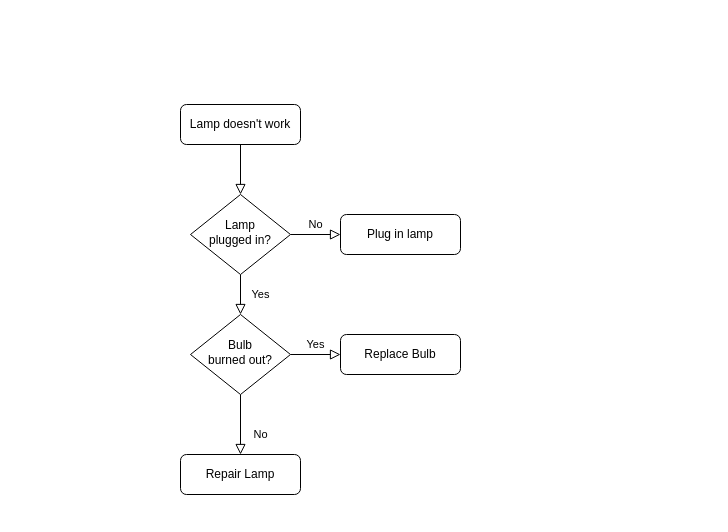
Before: Untitled Diagram.drawio in LeeJuMyeong/python, a draw.io diagram. Source tidied: cells renumbered, new cells numbered last; positions are measured from the earlier drawing's top-left corner, leaving out a move shared by most shapes. Both pictures are drawn from the tidied source at 100%, with x=0, y=0 at pixel (180, 104).
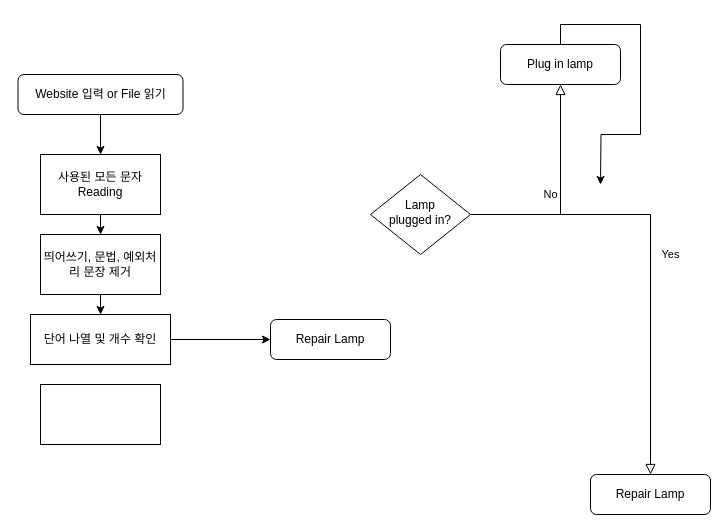
The same page after the edit.

What changed in the source:
```diff
@@
-    <mxCell id="2" style="rounded=0;html=1;jettySize=auto;fontSize=11;endArrow=block;endFill=0;endSize=8;strokeWidth=1;shadow=0;labelBackgroundColor=none;edgeStyle=orthogonalEdgeStyle;" parent="1" edge="1" source="3" target="6">
-      <mxGeometry relative="1" as="geometry" />
-    </mxCell>
-    <mxCell id="3" value="Lamp doesn't work" style="rounded=1;whiteSpace=wrap;html=1;fontSize=12;glass=0;strokeWidth=1;shadow=0;" parent="1" vertex="1">
-      <mxGeometry width="120" height="40" as="geometry" />
+    <mxCell id="3" value="Website 입력 or File 읽기" style="rounded=1;whiteSpace=wrap;html=1;fontSize=12;glass=0;strokeWidth=1;shadow=0;" parent="1" vertex="1">
+      <mxGeometry x="-162.5" y="-30" width="165" height="40" as="geometry" />
     </mxCell>
-    <mxCell id="4" value="Yes" style="rounded=0;html=1;jettySize=auto;fontSize=11;endArrow=block;endFill=0;endSize=8;strokeWidth=1;shadow=0;labelBackgroundColor=none;edgeStyle=orthogonalEdgeStyle;" parent="1" edge="1" source="6" target="10">
+    <mxCell id="4" value="Yes" style="rounded=0;html=1;jettySize=auto;fontSize=11;endArrow=block;endFill=0;endSize=8;strokeWidth=1;shadow=0;labelBackgroundColor=none;edgeStyle=orthogonalEdgeStyle;" parent="1" edge="1" source="6" target="11">
       <mxGeometry y="20" relative="1" as="geometry" />
     </mxCell>
@@
+    <mxCell id="13" style="edgeStyle=orthogonalEdgeStyle;rounded=0;jettySize=auto;html=1;exitX=1;exitY=0.5;exitDx=0;exitDy=0;" parent="1" edge="1" source="6">
+      <mxGeometry relative="1" as="geometry">
+        <mxPoint x="290" y="110" as="targetPoint" />
+      </mxGeometry>
+    </mxCell>
     <mxCell id="6" value="Lamp&lt;br&gt;plugged in?" style="rhombus;whiteSpace=wrap;html=1;shadow=0;fontFamily=Helvetica;fontSize=12;align=center;strokeWidth=1;spacing=6;spacingTop=-4;" parent="1" vertex="1">
-      <mxGeometry x="10" y="90" width="100" height="80" as="geometry" />
+      <mxGeometry x="190" y="70" width="100" height="80" as="geometry" />
     </mxCell>
+    <mxCell id="14" style="edgeStyle=orthogonalEdgeStyle;rounded=0;jettySize=auto;html=1;exitX=0.5;exitY=0;exitDx=0;exitDy=0;" parent="1" edge="1" source="7">
+      <mxGeometry relative="1" as="geometry">
+        <mxPoint x="420" y="80" as="targetPoint" />
+      </mxGeometry>
+    </mxCell>
     <mxCell id="7" value="Plug in lamp" style="rounded=1;whiteSpace=wrap;html=1;fontSize=12;glass=0;strokeWidth=1;shadow=0;" parent="1" vertex="1">
-      <mxGeometry x="160" y="110" width="120" height="40" as="geometry" />
+      <mxGeometry x="320" y="-60" width="120" height="40" as="geometry" />
     </mxCell>
-    <mxCell id="8" value="No" style="rounded=0;html=1;jettySize=auto;fontSize=11;endArrow=block;endFill=0;endSize=8;strokeWidth=1;shadow=0;labelBackgroundColor=none;edgeStyle=orthogonalEdgeStyle;" parent="1" edge="1" source="10" target="11">
-      <mxGeometry x="0.33" y="20" relative="1" as="geometry" />
-    </mxCell>
-    <mxCell id="9" value="Yes" style="edgeStyle=orthogonalEdgeStyle;rounded=0;html=1;jettySize=auto;fontSize=11;endArrow=block;endFill=0;endSize=8;strokeWidth=1;shadow=0;labelBackgroundColor=none;" parent="1" edge="1" source="10" target="12">
-      <mxGeometry y="10" relative="1" as="geometry" />
-    </mxCell>
-    <mxCell id="10" value="Bulb&lt;br&gt;burned out?" style="rhombus;whiteSpace=wrap;html=1;shadow=0;fontFamily=Helvetica;fontSize=12;align=center;strokeWidth=1;spacing=6;spacingTop=-4;" parent="1" vertex="1">
-      <mxGeometry x="10" y="210" width="100" height="80" as="geometry" />
-    </mxCell>
     <mxCell id="11" value="Repair Lamp" style="rounded=1;whiteSpace=wrap;html=1;fontSize=12;glass=0;strokeWidth=1;shadow=0;" parent="1" vertex="1">
-      <mxGeometry y="350" width="120" height="40" as="geometry" />
+      <mxGeometry x="410" y="370" width="120" height="40" as="geometry" />
     </mxCell>
-    <mxCell id="12" value="Replace Bulb" style="rounded=1;whiteSpace=wrap;html=1;fontSize=12;glass=0;strokeWidth=1;shadow=0;" parent="1" vertex="1">
-      <mxGeometry x="160" y="230" width="120" height="40" as="geometry" />
-    </mxCell>
+    <mxCell id="15" value="사용된 모든 문자 Reading" style="rounded=0;whiteSpace=wrap;html=1;" parent="1" vertex="1">
+      <mxGeometry x="-140" y="50" width="120" height="60" as="geometry" />
+    </mxCell>
+    <mxCell id="16" style="rounded=0;whiteSpace=wrap;html=1;" parent="1" vertex="1">
+      <mxGeometry x="-140" y="280" width="120" height="60" as="geometry" />
+    </mxCell>
+    <mxCell id="17" style="edgeStyle=orthogonalEdgeStyle;rounded=0;jettySize=auto;html=1;exitX=1;exitY=0.5;exitDx=0;exitDy=0;entryX=0;entryY=0.5;entryDx=0;entryDy=0;fillColor=#FFFFFF;" parent="1" edge="1" source="18" target="23">
+      <mxGeometry relative="1" as="geometry" />
+    </mxCell>
+    <mxCell id="18" value="단어 나열 및 개수 확인" style="rounded=0;whiteSpace=wrap;html=1;" parent="1" vertex="1">
+      <mxGeometry x="-150" y="210" width="140" height="50" as="geometry" />
+    </mxCell>
+    <mxCell id="19" value="띄어쓰기, 문법, 예외처리 문장 제거" style="rounded=0;whiteSpace=wrap;html=1;" parent="1" vertex="1">
+      <mxGeometry x="-140" y="130" width="120" height="60" as="geometry" />
+    </mxCell>
+    <mxCell id="20" style="endArrow=classic;html=1;rounded=0;exitX=0.5;exitY=1;exitDx=0;exitDy=0;entryX=0.5;entryY=0;entryDx=0;entryDy=0;" parent="1" edge="1" source="3" target="15">
+      <mxGeometry relative="1" as="geometry" />
+    </mxCell>
+    <mxCell id="21" style="endArrow=classic;html=1;rounded=0;exitX=0.5;exitY=1;exitDx=0;exitDy=0;entryX=0.5;entryY=0;entryDx=0;entryDy=0;" parent="1" edge="1" source="15" target="19">
+      <mxGeometry relative="1" as="geometry" />
+    </mxCell>
+    <mxCell id="22" style="endArrow=classic;html=1;rounded=0;exitX=0.5;exitY=1;exitDx=0;exitDy=0;entryX=0.5;entryY=0;entryDx=0;entryDy=0;" parent="1" edge="1" source="19" target="18">
+      <mxGeometry relative="1" as="geometry" />
+    </mxCell>
+    <mxCell id="23" value="Repair Lamp" style="rounded=1;whiteSpace=wrap;html=1;fontSize=12;glass=0;strokeWidth=1;shadow=0;" parent="1" vertex="1">
+      <mxGeometry x="90" y="215" width="120" height="40" as="geometry" />
+    </mxCell>
```
